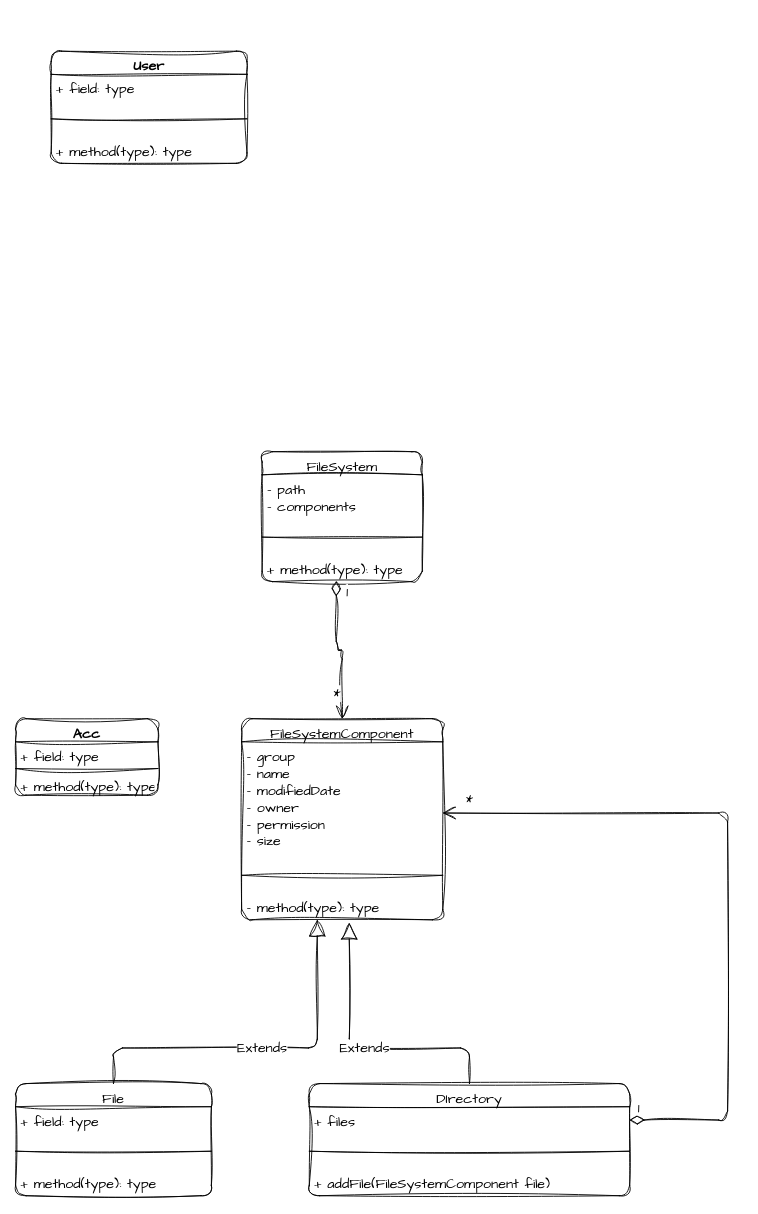
The draw.io diagram UML.drawio in Dekr0/SFS, before the edit. Source tidied: cells renumbered, new cells numbered last; positions are measured from the earlier drawing's top-left corner, leaving out a move shared by most shapes. Both pictures are drawn from the tidied source at 89%, with x=0, y=0 at pixel (15, 51).
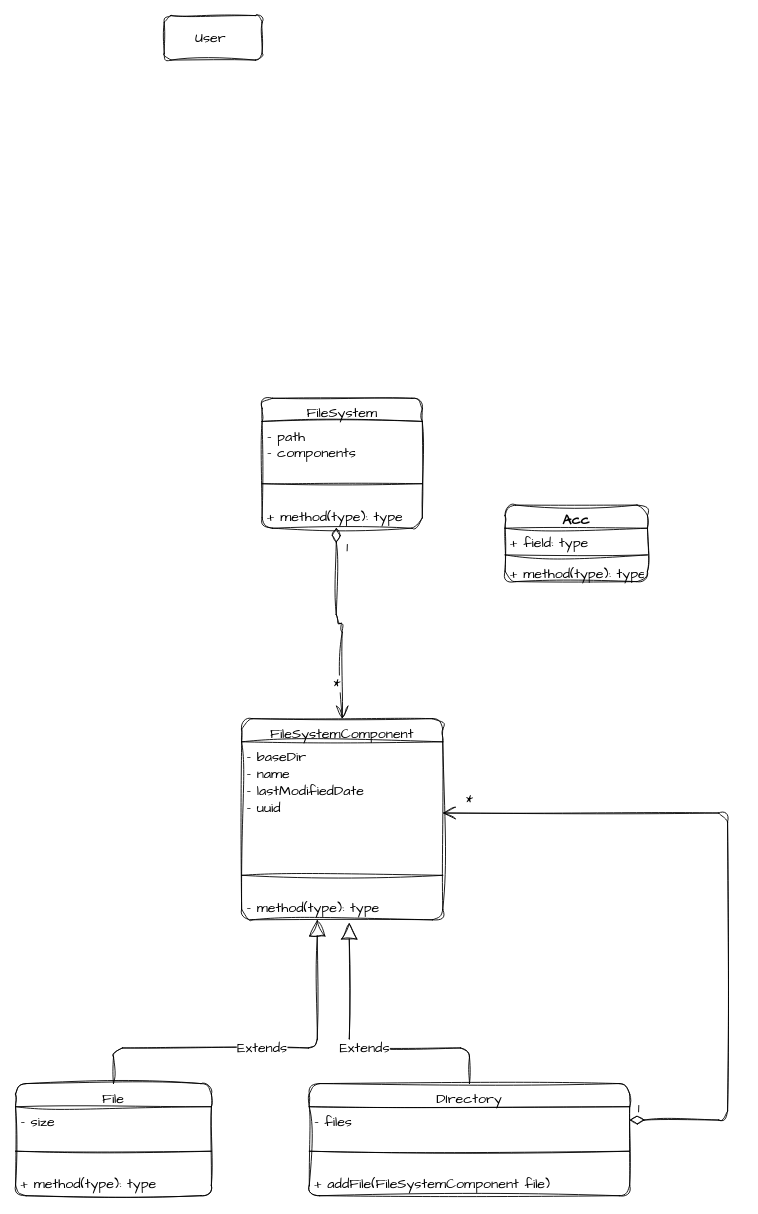
After the change.

The change refers to these unchanged cells:
```xml
<mxCell id="2" value="FileSystemComponent&#10;" style="swimlane;fontStyle=0;align=center;verticalAlign=top;horizontal=1;startSize=26;rounded=1;hachureGap=4;fontFamily=Architects Daughter;fontSize=16;sketch=1;curveFitting=1;jiggle=2;" parent="1" vertex="1">
  <mxGeometry x="254" y="750" width="226" height="226" as="geometry" />
</mxCell>
<mxCell id="6" value="File" style="swimlane;fontStyle=0;align=center;verticalAlign=top;horizontal=1;startSize=26;rounded=1;hachureGap=4;fontFamily=Architects Daughter;fontSize=16;sketch=1;curveFitting=1;jiggle=2;" parent="1" vertex="1">
  <mxGeometry y="1160" width="220" height="126" as="geometry" />
</mxCell>
<mxCell id="10" value="DIrectory" style="swimlane;fontStyle=0;align=center;verticalAlign=top;horizontal=1;startSize=26;rounded=1;hachureGap=4;fontFamily=Architects Daughter;fontSize=16;sketch=1;curveFitting=1;jiggle=2;" parent="1" vertex="1">
  <mxGeometry x="330" y="1160" width="360" height="126" as="geometry" />
</mxCell>
<mxCell id="26" value="+ method(type): type" style="text;strokeColor=none;fillColor=none;align=left;verticalAlign=top;spacingLeft=4;spacingRight=4;overflow=hidden;points=[[0,0.5],[1,0.5]];portConstraint=eastwest;rounded=1;sketch=1;hachureGap=4;jiggle=2;curveFitting=1;fontFamily=Architects Daughter;fontSize=16;" parent="23" vertex="1">
  <mxGeometry y="116" width="180" height="30" as="geometry" />
</mxCell>
```

Diff of the diagram source:
```diff
@@
-    <mxCell id="3" value="- group&#10;- name&#10;- modifiedDate&#10;- owner&#10;- permission&#10;- size&#10;" style="text;strokeColor=none;fillColor=none;align=left;verticalAlign=top;spacingLeft=4;spacingRight=4;overflow=hidden;points=[[0,0.5],[1,0.5]];portConstraint=eastwest;rounded=1;hachureGap=4;fontFamily=Architects Daughter;fontSize=16;sketch=1;curveFitting=1;jiggle=2;" parent="2" vertex="1">
+    <mxCell id="3" value="- baseDir&#10;- name&#10;- lastModifiedDate&#10;- uuid" style="text;strokeColor=none;fillColor=none;align=left;verticalAlign=top;spacingLeft=4;spacingRight=4;overflow=hidden;points=[[0,0.5],[1,0.5]];portConstraint=eastwest;rounded=1;hachureGap=4;fontFamily=Architects Daughter;fontSize=16;sketch=1;curveFitting=1;jiggle=2;" parent="2" vertex="1">
       <mxGeometry y="26" width="226" height="130" as="geometry" />
     </mxCell>
@@
-    <mxCell id="7" value="+ field: type" style="text;strokeColor=none;fillColor=none;align=left;verticalAlign=top;spacingLeft=4;spacingRight=4;overflow=hidden;rounded=1;hachureGap=4;fontFamily=Architects Daughter;fontSize=16;sketch=1;curveFitting=1;jiggle=2;" parent="6" vertex="1">
+    <mxCell id="7" value="- size" style="text;strokeColor=none;fillColor=none;align=left;verticalAlign=top;spacingLeft=4;spacingRight=4;overflow=hidden;rounded=1;hachureGap=4;fontFamily=Architects Daughter;fontSize=16;sketch=1;curveFitting=1;jiggle=2;" parent="6" vertex="1">
       <mxGeometry y="26" width="220" height="30" as="geometry" />
     </mxCell>
@@
-    <mxCell id="11" value="+ files&#10;" style="text;strokeColor=none;fillColor=none;align=left;verticalAlign=top;spacingLeft=4;spacingRight=4;overflow=hidden;points=[[0,0.5],[1,0.5]];portConstraint=eastwest;rounded=1;hachureGap=4;fontFamily=Architects Daughter;fontSize=16;sketch=1;curveFitting=1;jiggle=2;" parent="10" vertex="1">
+    <mxCell id="11" value="- files" style="text;strokeColor=none;fillColor=none;align=left;verticalAlign=top;spacingLeft=4;spacingRight=4;overflow=hidden;points=[[0,0.5],[1,0.5]];portConstraint=eastwest;rounded=1;hachureGap=4;fontFamily=Architects Daughter;fontSize=16;sketch=1;curveFitting=1;jiggle=2;" parent="10" vertex="1">
       <mxGeometry y="26" width="360" height="30" as="geometry" />
     </mxCell>
@@
-    <mxCell id="19" value="User" style="swimlane;fontStyle=1;align=center;verticalAlign=top;horizontal=1;startSize=26;rounded=1;sketch=1;hachureGap=4;jiggle=2;curveFitting=1;fontFamily=Architects Daughter;fontSize=16;" parent="1" vertex="1">
-      <mxGeometry x="40" width="220" height="126" as="geometry" />
-    </mxCell>
-    <mxCell id="20" value="+ field: type" style="text;strokeColor=none;fillColor=none;align=left;verticalAlign=top;spacingLeft=4;spacingRight=4;overflow=hidden;rounded=1;sketch=1;hachureGap=4;jiggle=2;curveFitting=1;fontFamily=Architects Daughter;fontSize=16;" parent="19" vertex="1">
-      <mxGeometry y="26" width="220" height="30" as="geometry" />
-    </mxCell>
-    <mxCell id="21" style="line;strokeWidth=1;fillColor=none;align=left;verticalAlign=middle;spacingTop=-1;spacingLeft=3;spacingRight=3;labelPosition=right;strokeColor=inherit;rounded=1;sketch=1;hachureGap=4;jiggle=2;curveFitting=1;fontFamily=Architects Daughter;fontSize=16;" parent="19" vertex="1">
-      <mxGeometry y="56" width="220" height="40" as="geometry" />
-    </mxCell>
-    <mxCell id="22" value="+ method(type): type" style="text;strokeColor=none;fillColor=none;align=left;verticalAlign=top;spacingLeft=4;spacingRight=4;overflow=hidden;rounded=1;sketch=1;hachureGap=4;jiggle=2;curveFitting=1;fontFamily=Architects Daughter;fontSize=16;" parent="19" vertex="1">
-      <mxGeometry y="96" width="220" height="30" as="geometry" />
-    </mxCell>
     <mxCell id="23" value="FileSystem" style="swimlane;fontStyle=0;align=center;verticalAlign=top;horizontal=1;startSize=26;rounded=1;sketch=1;hachureGap=4;jiggle=2;curveFitting=1;fontFamily=Architects Daughter;fontSize=16;" parent="1" vertex="1">
-      <mxGeometry x="277" y="450" width="180" height="146" as="geometry" />
+      <mxGeometry x="277" y="390" width="180" height="146" as="geometry" />
     </mxCell>
@@
     <mxCell id="27" value="1" style="endArrow=open;html=1;endSize=12;startArrow=diamondThin;startSize=14;startFill=0;edgeStyle=orthogonalEdgeStyle;align=left;verticalAlign=bottom;rounded=1;sketch=1;hachureGap=4;jiggle=2;curveFitting=1;fontFamily=Architects Daughter;fontSize=16;exitX=0.463;exitY=0.986;exitDx=0;exitDy=0;exitPerimeter=0;entryX=0.5;entryY=0;entryDx=0;entryDy=0;" parent="1" edge="1" source="26" target="2">
-      <mxGeometry x="-0.7" y="10" relative="1" as="geometry" />
+      <mxGeometry x="-0.7" y="10" relative="1" as="geometry">
+        <Array as="points">
+          <mxPoint x="360" y="643" />
+          <mxPoint x="367" y="643" />
+        </Array>
+      </mxGeometry>
     </mxCell>
@@
     <mxCell id="29" value="Acc" style="swimlane;fontStyle=1;align=center;verticalAlign=top;horizontal=1;startSize=26;rounded=1;sketch=1;hachureGap=4;jiggle=2;curveFitting=1;fontFamily=Architects Daughter;fontSize=16;" parent="1" vertex="1">
-      <mxGeometry y="750" width="160" height="86" as="geometry" />
+      <mxGeometry x="550" y="510" width="160" height="86" as="geometry" />
     </mxCell>
@@
+    <mxCell id="19" value="User&amp;nbsp;" style="html=1;rounded=1;sketch=1;hachureGap=4;jiggle=2;curveFitting=1;fontFamily=Architects Daughter;fontSize=16;" parent="1" vertex="1">
+      <mxGeometry x="167" y="-40" width="110" height="50" as="geometry" />
+    </mxCell>
```
